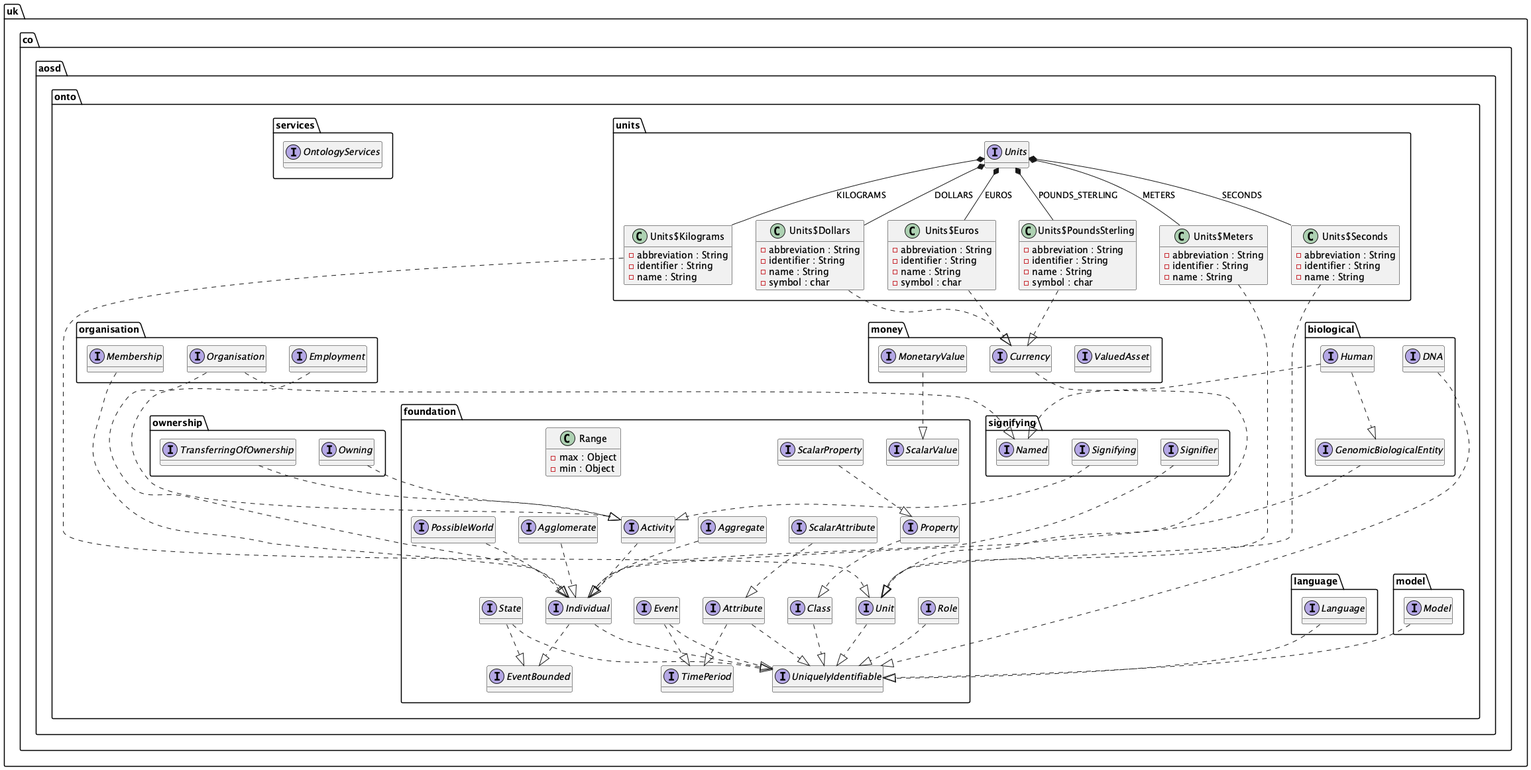
Above: diagrams/uml.png in twalmsley/FoundationOntology (PlantUML), before the change.
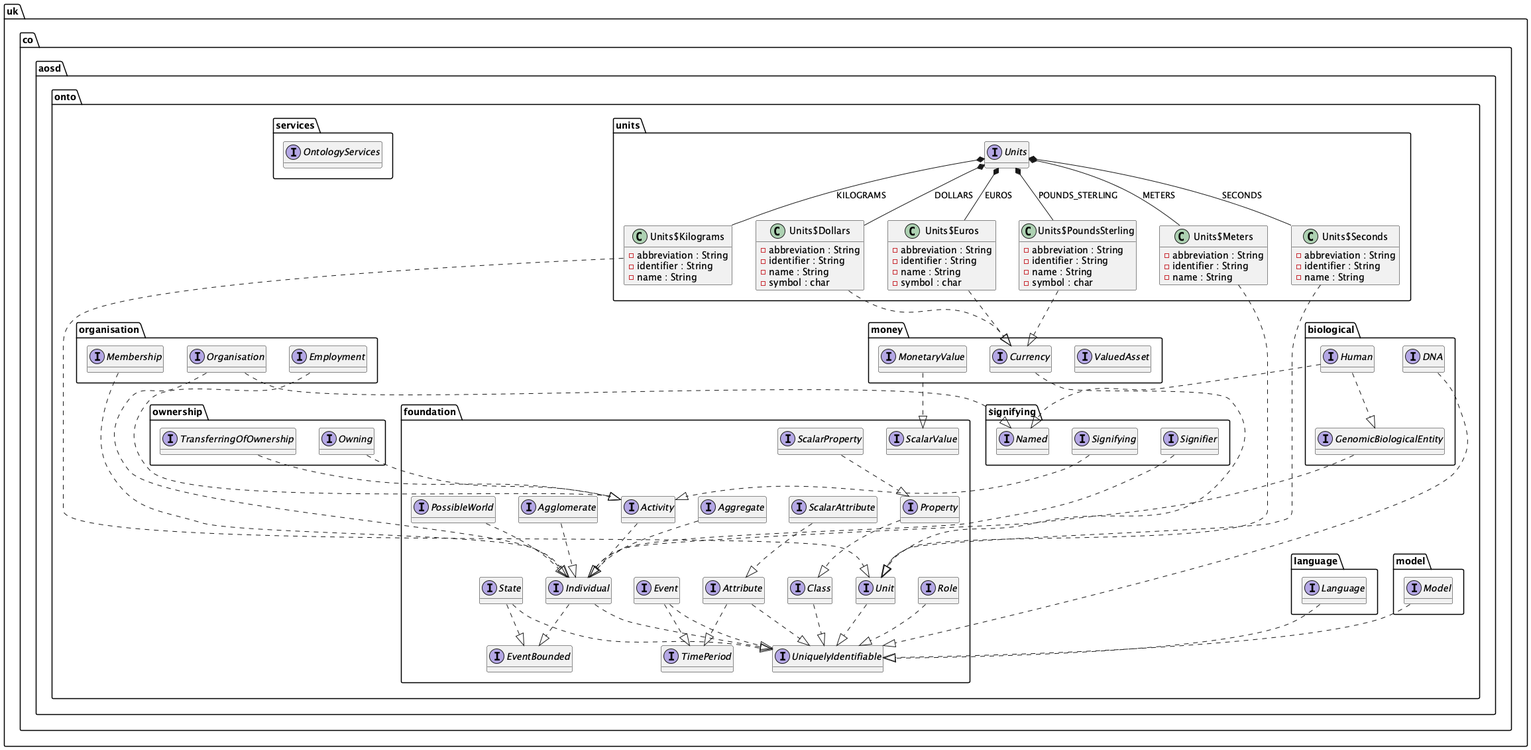
The same diagram one commit later.

Commit message:
Moved Range to utils package. Updated UML diagram.

What changed in the source:
```diff
@@ -66,17 +66,6 @@
 
 interface uk.co.aosd.onto.foundation.Property {
 	{method}  {abstract} +property () : Object
-}
-
-
-class uk.co.aosd.onto.foundation.Range {
-	{field} -max : Object
-	{field} -min : Object
-	{method} +equals ( paramObject1 : Object ) : boolean
-	{method} +hashCode () : int
-	{method} +max () : Object
-	{method} +min () : Object
-	{method} +toString () : String
 }
 
 
```
